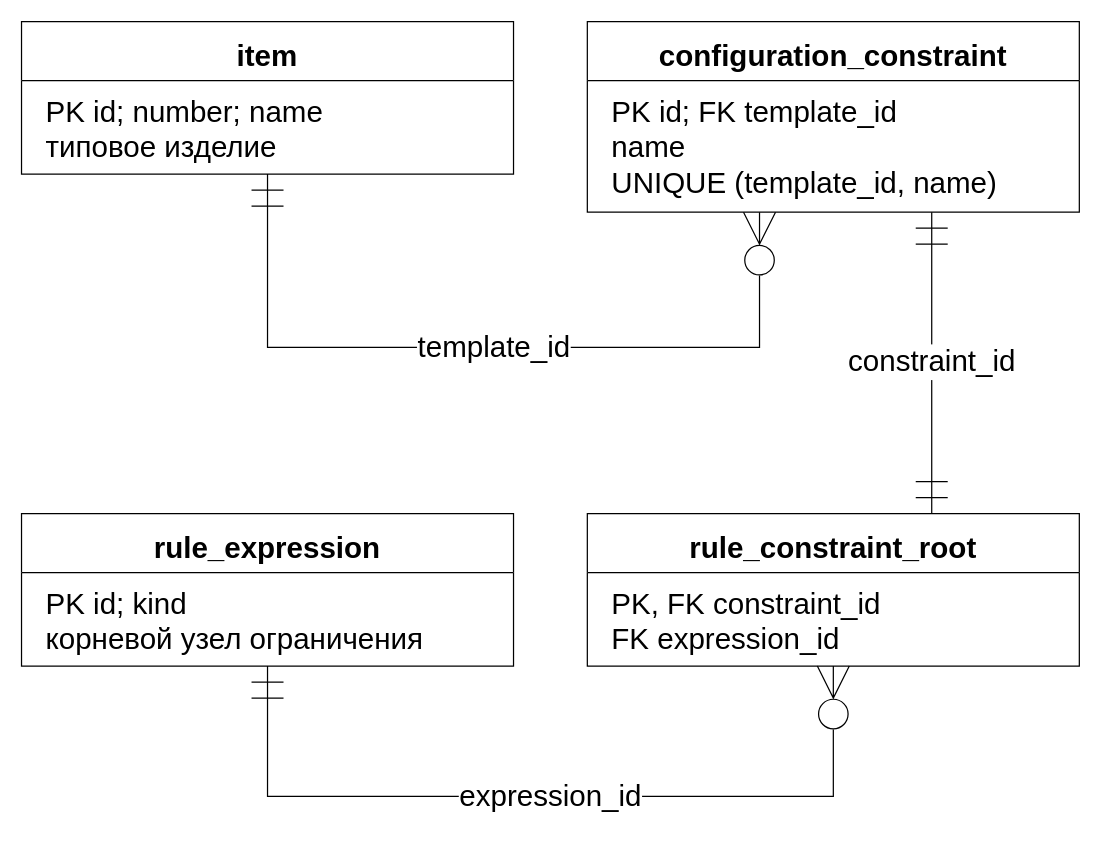
Before: utils/lab7/diagrams/10_erd_constraint_roots.drawio in 10xtheo/mispris-sem7, a draw.io diagram. Source tidied: cells renumbered, new cells numbered last; positions are measured from the earlier drawing's top-left corner, leaving out a move shared by most shapes. Both pictures are drawn from the tidied source at 123%, with x=0, y=0 at pixel (21, 21).
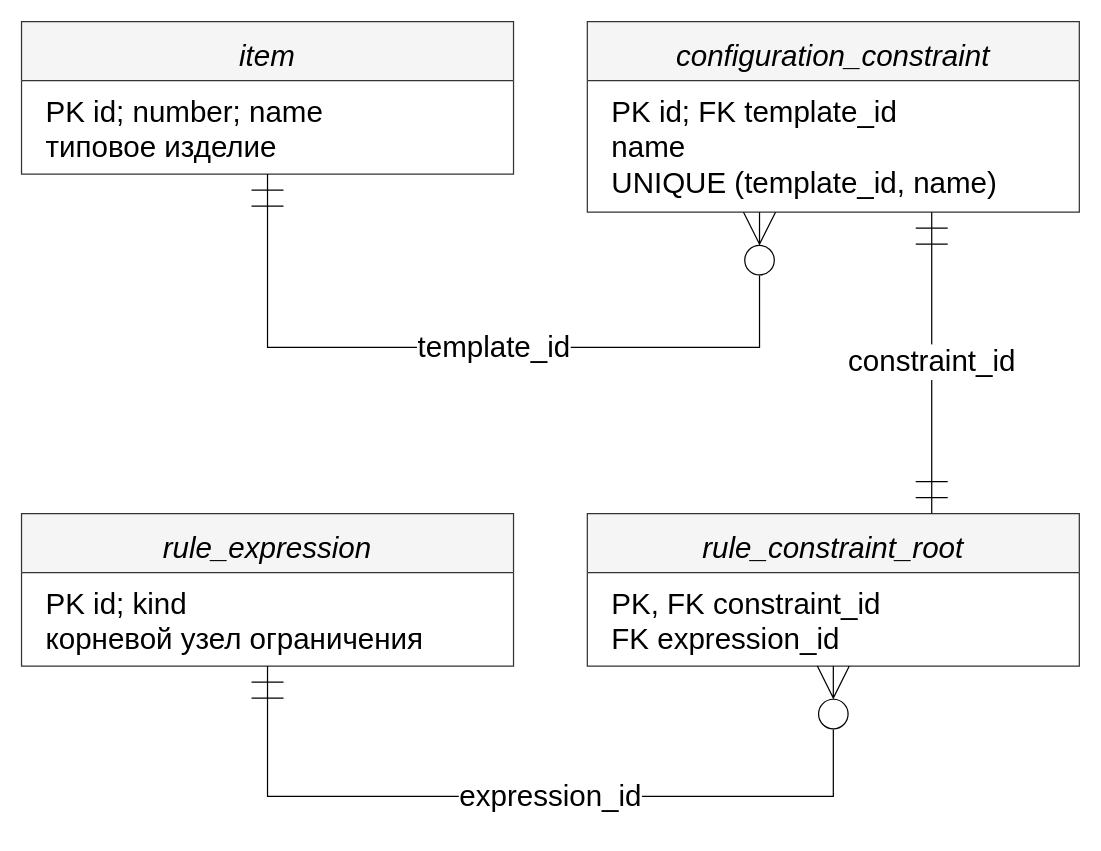
After the change.

Diff of the diagram source:
```diff
@@
 <mxGraphModel>
   <root>
     <mxCell id="0" />
     <mxCell id="1" parent="0" />
-    <mxCell id="2" value="item" style="rounded=0;whiteSpace=wrap;html=1;align=center;verticalAlign=top;fontFamily=Arial;fontSize=24;spacing=10;fillColor=#ffffff;strokeColor=#000000;shape=swimlane;startSize=48;fontStyle=1;swimlaneFillColor=#ffffff;" parent="1" vertex="1">
+    <mxCell id="2" value="item" style="rounded=0;whiteSpace=wrap;html=1;align=center;verticalAlign=top;fontFamily=Arial;fontSize=24;spacing=10;fillColor=#f5f5f5;strokeColor=#333333;shape=swimlane;startSize=48;fontStyle=2;swimlaneFillColor=#ffffff;" parent="1" vertex="1">
       <mxGeometry width="400" height="124" as="geometry" />
     </mxCell>
     <mxCell id="3" value="PK id; number; name&lt;br&gt;типовое изделие" style="text;html=1;align=left;verticalAlign=top;fontFamily=Arial;fontSize=24;spacingLeft=18;spacingTop=5;fillColor=none;strokeColor=none;" parent="2" vertex="1">
       <mxGeometry y="48" width="400" height="76" as="geometry" />
     </mxCell>
-    <mxCell id="4" value="configuration_constraint" style="rounded=0;whiteSpace=wrap;html=1;align=center;verticalAlign=top;fontFamily=Arial;fontSize=24;spacing=10;fillColor=#ffffff;strokeColor=#000000;shape=swimlane;startSize=48;fontStyle=1;swimlaneFillColor=#ffffff;" parent="1" vertex="1">
+    <mxCell id="4" value="configuration_constraint" style="rounded=0;whiteSpace=wrap;html=1;align=center;verticalAlign=top;fontFamily=Arial;fontSize=24;spacing=10;fillColor=#f5f5f5;strokeColor=#333333;shape=swimlane;startSize=48;fontStyle=2;swimlaneFillColor=#ffffff;" parent="1" vertex="1">
       <mxGeometry x="460" width="400" height="155" as="geometry" />
     </mxCell>
     <mxCell id="5" value="PK id; FK template_id&lt;br&gt;name&lt;br&gt;UNIQUE (template_id, name)" style="text;html=1;align=left;verticalAlign=top;fontFamily=Arial;fontSize=24;spacingLeft=18;spacingTop=5;fillColor=none;strokeColor=none;" parent="4" vertex="1">
       <mxGeometry y="48" width="400" height="107" as="geometry" />
     </mxCell>
-    <mxCell id="6" value="rule_constraint_root" style="rounded=0;whiteSpace=wrap;html=1;align=center;verticalAlign=top;fontFamily=Arial;fontSize=24;spacing=10;fillColor=#ffffff;strokeColor=#000000;shape=swimlane;startSize=48;fontStyle=1;swimlaneFillColor=#ffffff;" parent="1" vertex="1">
+    <mxCell id="6" value="rule_constraint_root" style="rounded=0;whiteSpace=wrap;html=1;align=center;verticalAlign=top;fontFamily=Arial;fontSize=24;spacing=10;fillColor=#f5f5f5;strokeColor=#333333;shape=swimlane;startSize=48;fontStyle=2;swimlaneFillColor=#ffffff;" parent="1" vertex="1">
       <mxGeometry x="460" y="400" width="400" height="124" as="geometry" />
     </mxCell>
     <mxCell id="7" value="PK, FK constraint_id&lt;br&gt;FK expression_id" style="text;html=1;align=left;verticalAlign=top;fontFamily=Arial;fontSize=24;spacingLeft=18;spacingTop=5;fillColor=none;strokeColor=none;" parent="6" vertex="1">
       <mxGeometry y="48" width="400" height="76" as="geometry" />
     </mxCell>
-    <mxCell id="8" value="rule_expression" style="rounded=0;whiteSpace=wrap;html=1;align=center;verticalAlign=top;fontFamily=Arial;fontSize=24;spacing=10;fillColor=#ffffff;strokeColor=#000000;shape=swimlane;startSize=48;fontStyle=1;swimlaneFillColor=#ffffff;" parent="1" vertex="1">
+    <mxCell id="8" value="rule_expression" style="rounded=0;whiteSpace=wrap;html=1;align=center;verticalAlign=top;fontFamily=Arial;fontSize=24;spacing=10;fillColor=#f5f5f5;strokeColor=#333333;shape=swimlane;startSize=48;fontStyle=2;swimlaneFillColor=#ffffff;" parent="1" vertex="1">
       <mxGeometry y="400" width="400" height="124" as="geometry" />
     </mxCell>
     <mxCell id="9" value="PK id; kind&lt;br&gt;корневой узел ограничения" style="text;html=1;align=left;verticalAlign=top;fontFamily=Arial;fontSize=24;spacingLeft=18;spacingTop=5;fillColor=none;strokeColor=none;" parent="8" vertex="1">
       <mxGeometry y="48" width="400" height="76" as="geometry" />
     </mxCell>
     <mxCell id="10" value="template_id" style="edgeStyle=orthogonalEdgeStyle;rounded=0;html=1;endArrow=open;fontFamily=Arial;fontSize=24;labelBackgroundColor=#ffffff;exitX=0.35;exitY=1.0;entryX=0.5;entryY=1.0;endArrow=none;startArrow=none;startArrow=ERzeroToMany;endArrow=ERmandOne;startFill=0;endFill=0;startSize=24;endSize=24;" parent="1" edge="1" source="4" target="2">
       <mxGeometry relative="1" as="geometry">
         <Array as="points">
           <mxPoint x="600" y="265" />
           <mxPoint x="200" y="265" />
         </Array>
       </mxGeometry>
     </mxCell>
     <mxCell id="11" value="constraint_id" style="edgeStyle=orthogonalEdgeStyle;rounded=0;html=1;endArrow=open;fontFamily=Arial;fontSize=24;labelBackgroundColor=#ffffff;exitX=0.7;exitY=0.0;entryX=0.7;entryY=1.0;endArrow=none;startArrow=none;startArrow=ERmandOne;endArrow=ERmandOne;startFill=0;endFill=0;startSize=24;endSize=24;" parent="1" edge="1" source="6" target="4">
       <mxGeometry relative="1" as="geometry" />
     </mxCell>
     <mxCell id="12" value="expression_id" style="edgeStyle=orthogonalEdgeStyle;rounded=0;html=1;endArrow=open;fontFamily=Arial;fontSize=24;labelBackgroundColor=#ffffff;exitX=0.5;exitY=1.0;entryX=0.5;entryY=1.0;endArrow=none;startArrow=none;startArrow=ERzeroToMany;endArrow=ERmandOne;startFill=0;endFill=0;startSize=24;endSize=24;" parent="1" edge="1" source="6" target="8">
       <mxGeometry relative="1" as="geometry">
         <Array as="points">
           <mxPoint x="660" y="630" />
           <mxPoint x="200" y="630" />
         </Array>
       </mxGeometry>
     </mxCell>
   </root>
 </mxGraphModel>
```
